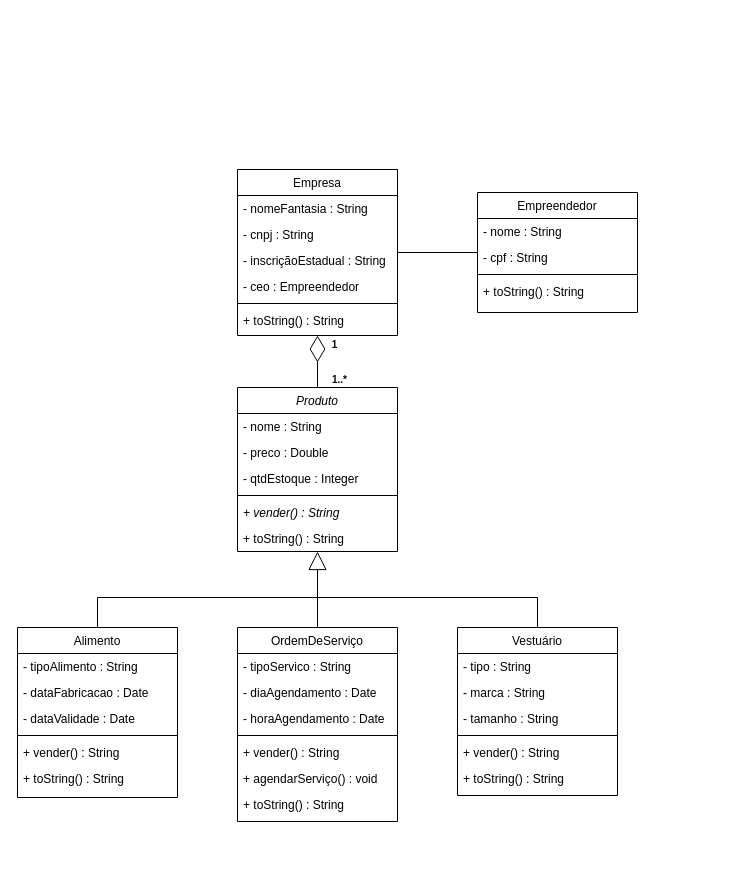
Above: Diagramas/UML/UML_Sollute.drawio in ogabrielalves/Sollute (draw.io), before the change. Source tidied: cells renumbered, new cells numbered last; positions are measured from the earlier drawing's top-left corner, leaving out a move shared by most shapes. Both pictures are drawn from the tidied source at 100%, with x=0, y=0 at pixel (17, 169).
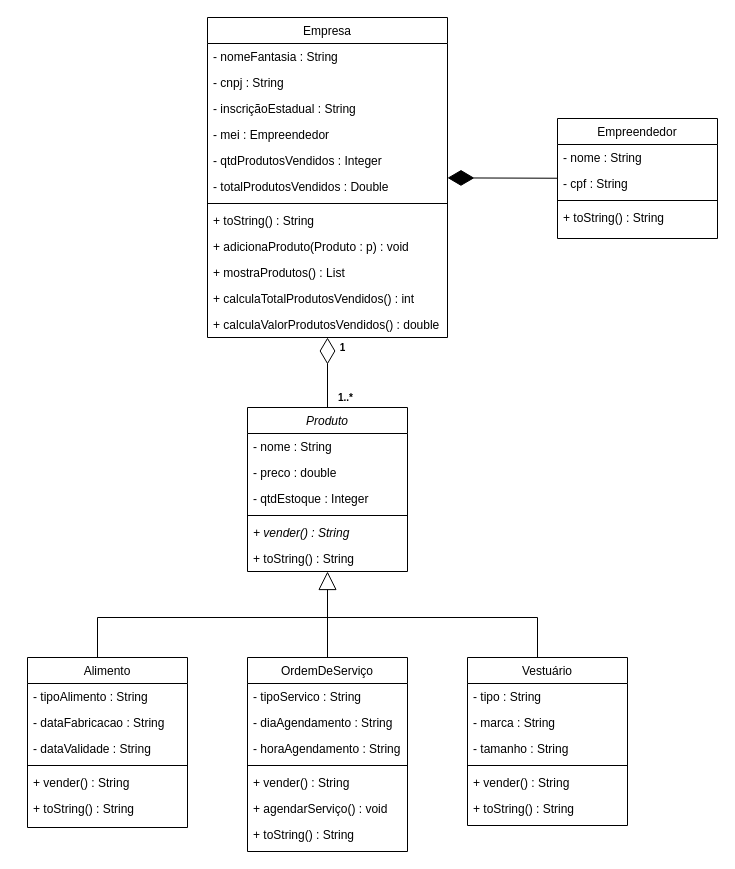
The same diagram, later.

Diff of the diagram source:
```diff
@@
     <mxCell id="2" value="Produto" style="swimlane;fontStyle=2;align=center;verticalAlign=top;horizontal=1;startSize=26;rounded=0;shadow=0;strokeWidth=1;" parent="1" vertex="1">
-      <mxGeometry x="220" y="218" width="160" height="164" as="geometry" />
+      <mxGeometry x="230" y="238" width="160" height="164" as="geometry" />
     </mxCell>
@@
-    <mxCell id="4" value="- preco : Double" style="text;align=left;verticalAlign=top;spacingLeft=4;spacingRight=4;overflow=hidden;rounded=0;shadow=0;html=0;" parent="2" vertex="1">
+    <mxCell id="4" value="- preco : double" style="text;align=left;verticalAlign=top;spacingLeft=4;spacingRight=4;overflow=hidden;rounded=0;shadow=0;html=0;" parent="2" vertex="1">
       <mxGeometry y="52" width="160" height="26" as="geometry" />
     </mxCell>
@@
     <mxCell id="9" value="Alimento" style="swimlane;fontStyle=0;align=center;verticalAlign=top;horizontal=1;startSize=26;rounded=0;shadow=0;strokeWidth=1;" parent="1" vertex="1">
-      <mxGeometry y="458" width="160" height="170" as="geometry" />
+      <mxGeometry x="10" y="488" width="160" height="170" as="geometry" />
     </mxCell>
@@
-    <mxCell id="11" value="- dataFabricacao : Date" style="text;align=left;verticalAlign=top;spacingLeft=4;spacingRight=4;overflow=hidden;rounded=0;shadow=0;html=0;" parent="9" vertex="1">
+    <mxCell id="11" value="- dataFabricacao : String" style="text;align=left;verticalAlign=top;spacingLeft=4;spacingRight=4;overflow=hidden;rounded=0;shadow=0;html=0;" parent="9" vertex="1">
       <mxGeometry y="52" width="160" height="26" as="geometry" />
     </mxCell>
-    <mxCell id="12" value="- dataValidade : Date" style="text;align=left;verticalAlign=top;spacingLeft=4;spacingRight=4;overflow=hidden;" parent="9" vertex="1">
+    <mxCell id="12" value="- dataValidade : String" style="text;align=left;verticalAlign=top;spacingLeft=4;spacingRight=4;overflow=hidden;" parent="9" vertex="1">
       <mxGeometry y="78" width="160" height="26" as="geometry" />
     </mxCell>
@@
     <mxCell id="16" value="OrdemDeServiço" style="swimlane;fontStyle=0;align=center;verticalAlign=top;horizontal=1;startSize=26;rounded=0;shadow=0;strokeWidth=1;" parent="1" vertex="1">
-      <mxGeometry x="220" y="458" width="160" height="194" as="geometry" />
+      <mxGeometry x="230" y="488" width="160" height="194" as="geometry" />
     </mxCell>
@@
-    <mxCell id="18" value="- diaAgendamento : Date" style="text;align=left;verticalAlign=top;spacingLeft=4;spacingRight=4;overflow=hidden;" parent="16" vertex="1">
+    <mxCell id="18" value="- diaAgendamento : String" style="text;align=left;verticalAlign=top;spacingLeft=4;spacingRight=4;overflow=hidden;" parent="16" vertex="1">
       <mxGeometry y="52" width="160" height="26" as="geometry" />
     </mxCell>
-    <mxCell id="19" value="- horaAgendamento : Date" style="text;align=left;verticalAlign=top;spacingLeft=4;spacingRight=4;overflow=hidden;rounded=0;shadow=0;html=0;" parent="16" vertex="1">
+    <mxCell id="19" value="- horaAgendamento : String" style="text;align=left;verticalAlign=top;spacingLeft=4;spacingRight=4;overflow=hidden;rounded=0;shadow=0;html=0;" parent="16" vertex="1">
       <mxGeometry y="78" width="160" height="26" as="geometry" />
     </mxCell>
@@
     <mxCell id="24" value="Vestuário" style="swimlane;fontStyle=0;align=center;verticalAlign=top;horizontal=1;startSize=26;rounded=0;shadow=0;strokeWidth=1;" parent="1" vertex="1">
-      <mxGeometry x="440" y="458" width="160" height="168" as="geometry" />
+      <mxGeometry x="450" y="488" width="160" height="168" as="geometry" />
     </mxCell>
@@
     <mxCell id="31" value="Empresa" style="swimlane;fontStyle=0;align=center;verticalAlign=top;horizontal=1;startSize=26;rounded=0;shadow=0;strokeWidth=1;" parent="1" vertex="1">
-      <mxGeometry x="220" width="160" height="166" as="geometry" />
+      <mxGeometry x="190" y="-152" width="240" height="320" as="geometry" />
     </mxCell>
     <mxCell id="32" value="- nomeFantasia : String" style="text;align=left;verticalAlign=top;spacingLeft=4;spacingRight=4;overflow=hidden;" parent="31" vertex="1">
-      <mxGeometry y="26" width="160" height="26" as="geometry" />
+      <mxGeometry y="26" width="240" height="26" as="geometry" />
     </mxCell>
     <mxCell id="33" value="- cnpj : String" style="text;align=left;verticalAlign=top;spacingLeft=4;spacingRight=4;overflow=hidden;rounded=0;shadow=0;html=0;" parent="31" vertex="1">
-      <mxGeometry y="52" width="160" height="26" as="geometry" />
+      <mxGeometry y="52" width="240" height="26" as="geometry" />
     </mxCell>
     <mxCell id="34" value="- inscriçãoEstadual : String" style="text;align=left;verticalAlign=top;spacingLeft=4;spacingRight=4;overflow=hidden;rounded=0;shadow=0;html=0;" parent="31" vertex="1">
-      <mxGeometry y="78" width="160" height="26" as="geometry" />
+      <mxGeometry y="78" width="240" height="26" as="geometry" />
     </mxCell>
-    <mxCell id="35" value="- ceo : Empreendedor" style="text;align=left;verticalAlign=top;spacingLeft=4;spacingRight=4;overflow=hidden;rounded=0;shadow=0;html=0;" parent="31" vertex="1">
-      <mxGeometry y="104" width="160" height="26" as="geometry" />
+    <mxCell id="35" value="- mei : Empreendedor" style="text;align=left;verticalAlign=top;spacingLeft=4;spacingRight=4;overflow=hidden;rounded=0;shadow=0;html=0;" parent="31" vertex="1">
+      <mxGeometry y="104" width="240" height="26" as="geometry" />
     </mxCell>
+    <mxCell id="50" value="- qtdProdutosVendidos : Integer" style="text;align=left;verticalAlign=top;spacingLeft=4;spacingRight=4;overflow=hidden;rounded=0;shadow=0;html=0;" parent="31" vertex="1">
+      <mxGeometry y="130" width="240" height="26" as="geometry" />
+    </mxCell>
+    <mxCell id="51" value="- totalProdutosVendidos : Double" style="text;align=left;verticalAlign=top;spacingLeft=4;spacingRight=4;overflow=hidden;rounded=0;shadow=0;html=0;" parent="31" vertex="1">
+      <mxGeometry y="156" width="240" height="26" as="geometry" />
+    </mxCell>
     <mxCell id="36" style="line;html=1;strokeWidth=1;align=left;verticalAlign=middle;spacingTop=-1;spacingLeft=3;spacingRight=3;labelPosition=right;" parent="31" vertex="1">
-      <mxGeometry y="130" width="160" height="8" as="geometry" />
+      <mxGeometry y="182" width="240" height="8" as="geometry" />
     </mxCell>
     <mxCell id="37" value="+ toString() : String" style="text;align=left;verticalAlign=top;spacingLeft=4;spacingRight=4;overflow=hidden;" parent="31" vertex="1">
-      <mxGeometry y="138" width="160" height="26" as="geometry" />
+      <mxGeometry y="190" width="240" height="26" as="geometry" />
     </mxCell>
+    <mxCell id="52" value="+ adicionaProduto(Produto : p) : void" style="text;align=left;verticalAlign=top;spacingLeft=4;spacingRight=4;overflow=hidden;" parent="31" vertex="1">
+      <mxGeometry y="216" width="240" height="26" as="geometry" />
+    </mxCell>
+    <mxCell id="53" value="+ mostraProdutos() : List" style="text;align=left;verticalAlign=top;spacingLeft=4;spacingRight=4;overflow=hidden;" parent="31" vertex="1">
+      <mxGeometry y="242" width="240" height="26" as="geometry" />
+    </mxCell>
+    <mxCell id="54" value="+ calculaTotalProdutosVendidos() : int" style="text;align=left;verticalAlign=top;spacingLeft=4;spacingRight=4;overflow=hidden;" parent="31" vertex="1">
+      <mxGeometry y="268" width="240" height="26" as="geometry" />
+    </mxCell>
+    <mxCell id="55" value="+ calculaValorProdutosVendidos() : double" style="text;align=left;verticalAlign=top;spacingLeft=4;spacingRight=4;overflow=hidden;" parent="31" vertex="1">
+      <mxGeometry y="294" width="240" height="26" as="geometry" />
+    </mxCell>
@@
     <mxCell id="39" value="Empreendedor" style="swimlane;fontStyle=0;align=center;verticalAlign=top;horizontal=1;startSize=26;rounded=0;shadow=0;strokeWidth=1;" parent="1" vertex="1">
-      <mxGeometry x="460" y="23" width="160" height="120" as="geometry" />
+      <mxGeometry x="540" y="-51" width="160" height="120" as="geometry" />
     </mxCell>
@@
     <mxCell id="45" style="endArrow=none;html=1;edgeStyle=orthogonalEdgeStyle;rounded=0;" parent="1" edge="1" source="9">
       <mxGeometry relative="1" as="geometry">
-        <mxPoint x="300" y="428" as="targetPoint" />
+        <mxPoint x="310" y="428" as="targetPoint" />
         <Array as="points">
-          <mxPoint x="80" y="428" />
+          <mxPoint x="80" y="448" />
+          <mxPoint x="310" y="448" />
+          <mxPoint x="310" y="428" />
         </Array>
       </mxGeometry>
     </mxCell>
     <mxCell id="46" style="endArrow=none;html=1;edgeStyle=orthogonalEdgeStyle;rounded=0;entryX=0.5;entryY=0;entryDx=0;entryDy=0;" parent="1" edge="1" target="24">
       <mxGeometry relative="1" as="geometry">
-        <mxPoint x="300" y="428" as="sourcePoint" />
+        <mxPoint x="310" y="428" as="sourcePoint" />
         <Array as="points">
-          <mxPoint x="520" y="428" />
+          <mxPoint x="310" y="428" />
+          <mxPoint x="310" y="448" />
+          <mxPoint x="520" y="448" />
+          <mxPoint x="520" y="488" />
         </Array>
       </mxGeometry>
     </mxCell>
     <mxCell id="47" value="1..*" style="text;html=1;align=center;verticalAlign=middle;strokeColor=none;fillColor=none;fontSize=10;fontStyle=1;" parent="1" vertex="1">
-      <mxGeometry x="309" y="202" width="25" height="16" as="geometry" />
+      <mxGeometry x="315" y="220" width="25" height="16" as="geometry" />
     </mxCell>
     <mxCell id="48" value="1" style="text;html=1;align=center;verticalAlign=middle;strokeColor=none;fillColor=none;fontSize=10;fontStyle=1;" parent="1" vertex="1">
-      <mxGeometry x="309" y="167" width="16" height="16" as="geometry" />
+      <mxGeometry x="317" y="170" width="16" height="16" as="geometry" />
     </mxCell>
-    <mxCell id="49" style="line;strokeWidth=1;fillColor=none;align=left;verticalAlign=middle;spacingTop=-1;spacingLeft=3;spacingRight=3;labelPosition=right;fontSize=10;" parent="1" vertex="1">
-      <mxGeometry x="380" y="79" width="80" height="8" as="geometry" />
-    </mxCell>
+    <mxCell id="56" style="endArrow=diamondThin;endFill=1;endSize=24;html=1;rounded=0;" parent="1" edge="1" source="39" target="31">
+      <mxGeometry relative="1" as="geometry" />
+    </mxCell>
```
